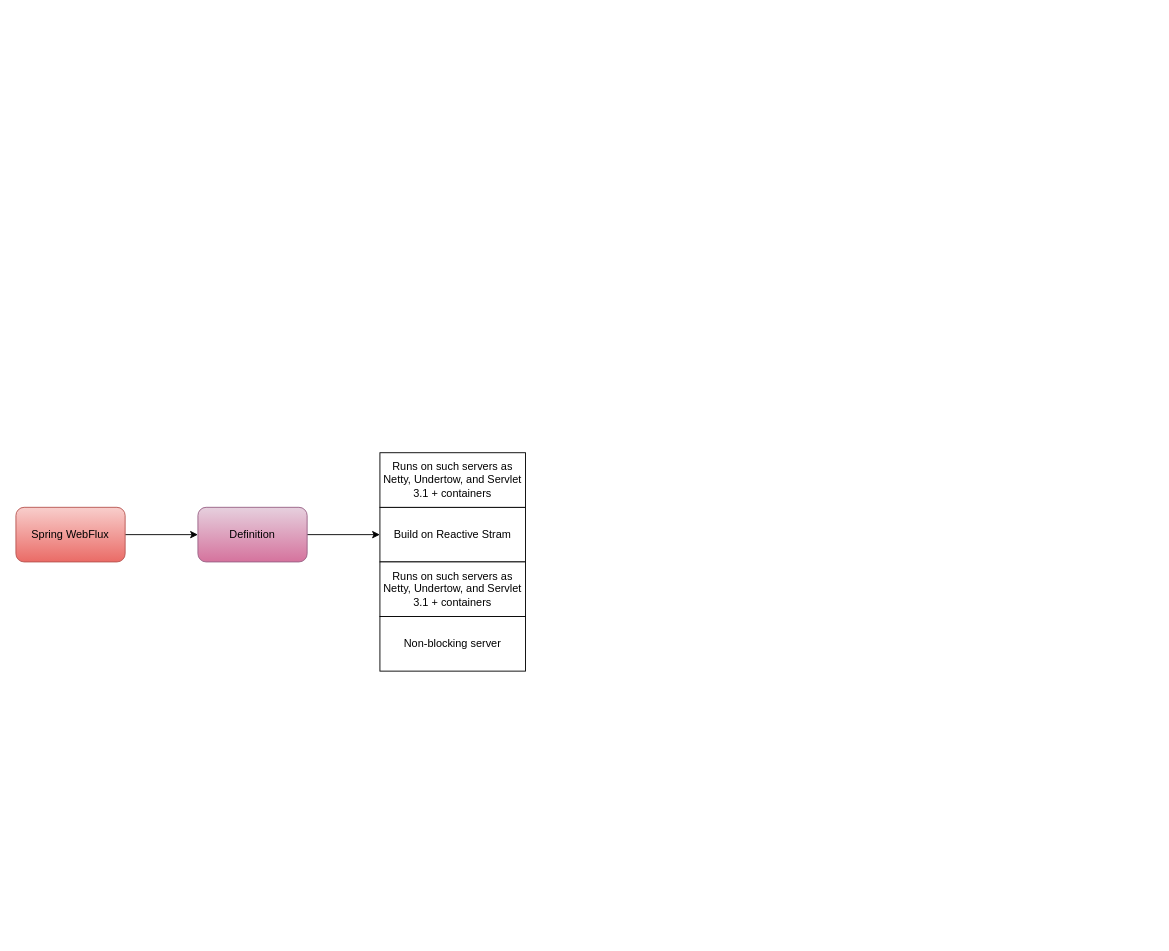
hoanglechanhtu/SpringTutorial keeps this draw.io diagram as spring_web_react.drawio. Above is the earlier version. Source tidied: cells renumbered, new cells numbered last; positions are measured from the earlier drawing's top-left corner, leaving out a move shared by most shapes. Both pictures are drawn from the tidied source at 91%, with x=0, y=0 at pixel (15, 452).
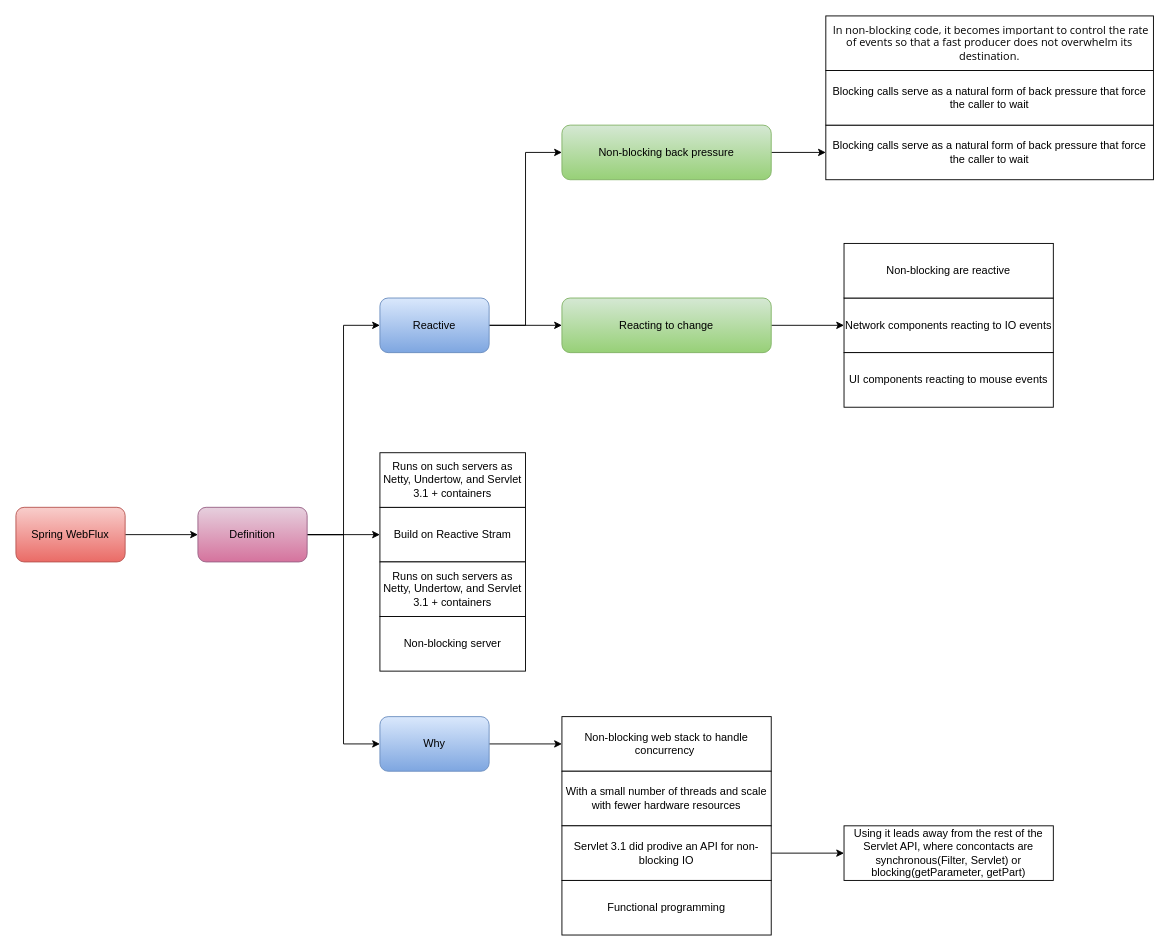
The same page after the edit.

The change refers to these unchanged cells:
```xml
<mxCell id="5" value="Definition" style="rounded=1;whiteSpace=wrap;html=1;gradientColor=#d5739d;fillColor=#e6d0de;strokeColor=#996185;" parent="1" vertex="1">
  <mxGeometry x="200" y="60" width="120" height="60" as="geometry" />
</mxCell>
```

Change to the diagram source:
```diff
@@
+    <mxCell id="10" style="edgeStyle=orthogonalEdgeStyle;rounded=0;jettySize=auto;html=1;entryX=0;entryY=0.5;entryDx=0;entryDy=0;" parent="1" edge="1" source="5" target="13">
+      <mxGeometry relative="1" as="geometry" />
+    </mxCell>
+    <mxCell id="11" style="edgeStyle=orthogonalEdgeStyle;rounded=0;jettySize=auto;html=1;entryX=0;entryY=0.5;entryDx=0;entryDy=0;" parent="1" edge="1" source="5" target="22">
+      <mxGeometry relative="1" as="geometry" />
+    </mxCell>
@@
+    <mxCell id="12" style="edgeStyle=orthogonalEdgeStyle;rounded=0;jettySize=auto;html=1;" parent="1" edge="1" source="13" target="14">
+      <mxGeometry relative="1" as="geometry" />
+    </mxCell>
+    <mxCell id="13" value="Why" style="rounded=1;whiteSpace=wrap;html=1;gradientColor=#7ea6e0;fillColor=#dae8fc;strokeColor=#6c8ebf;" parent="1" vertex="1">
+      <mxGeometry x="400" y="290" width="120" height="60" as="geometry" />
+    </mxCell>
+    <mxCell id="14" value="Non-blocking web stack to handle concurrency&amp;nbsp;" style="rounded=0;whiteSpace=wrap;html=1;" parent="1" vertex="1">
+      <mxGeometry x="600" y="290" width="230" height="60" as="geometry" />
+    </mxCell>
+    <mxCell id="15" value="With a small number of threads and scale with fewer hardware resources" style="rounded=0;whiteSpace=wrap;html=1;" parent="1" vertex="1">
+      <mxGeometry x="600" y="350" width="230" height="60" as="geometry" />
+    </mxCell>
+    <mxCell id="16" style="edgeStyle=orthogonalEdgeStyle;rounded=0;jettySize=auto;html=1;" parent="1" edge="1" source="17" target="18">
+      <mxGeometry relative="1" as="geometry" />
+    </mxCell>
+    <mxCell id="17" value="Servlet 3.1 did prodive an API for non-blocking IO" style="rounded=0;whiteSpace=wrap;html=1;" parent="1" vertex="1">
+      <mxGeometry x="600" y="410" width="230" height="60" as="geometry" />
+    </mxCell>
+    <mxCell id="18" value="Using it leads away from the rest of the Servlet API, where concontacts are synchronous(Filter, Servlet) or blocking(getParameter, getPart)" style="rounded=0;whiteSpace=wrap;html=1;" parent="1" vertex="1">
+      <mxGeometry x="910" y="410" width="230" height="60" as="geometry" />
+    </mxCell>
+    <mxCell id="19" value="Functional programming" style="rounded=0;whiteSpace=wrap;html=1;" parent="1" vertex="1">
+      <mxGeometry x="600" y="470" width="230" height="60" as="geometry" />
+    </mxCell>
+    <mxCell id="20" style="edgeStyle=orthogonalEdgeStyle;rounded=0;jettySize=auto;html=1;" parent="1" edge="1" source="22" target="24">
+      <mxGeometry relative="1" as="geometry" />
+    </mxCell>
+    <mxCell id="21" style="edgeStyle=orthogonalEdgeStyle;rounded=0;jettySize=auto;html=1;entryX=0;entryY=0.5;entryDx=0;entryDy=0;" parent="1" edge="1" source="22" target="29">
+      <mxGeometry relative="1" as="geometry" />
+    </mxCell>
+    <mxCell id="22" value="Reactive" style="rounded=1;whiteSpace=wrap;html=1;gradientColor=#7ea6e0;fillColor=#dae8fc;strokeColor=#6c8ebf;" parent="1" vertex="1">
+      <mxGeometry x="400" y="-170" width="120" height="60" as="geometry" />
+    </mxCell>
+    <mxCell id="23" style="edgeStyle=orthogonalEdgeStyle;rounded=0;jettySize=auto;html=1;" parent="1" edge="1" source="24" target="25">
+      <mxGeometry relative="1" as="geometry" />
+    </mxCell>
+    <mxCell id="24" value="Reacting to change" style="rounded=1;whiteSpace=wrap;html=1;gradientColor=#97d077;fillColor=#d5e8d4;strokeColor=#82b366;" parent="1" vertex="1">
+      <mxGeometry x="600" y="-170" width="230" height="60" as="geometry" />
+    </mxCell>
+    <mxCell id="25" value="Network components reacting to IO events" style="rounded=0;whiteSpace=wrap;html=1;" parent="1" vertex="1">
+      <mxGeometry x="910" y="-170" width="230" height="60" as="geometry" />
+    </mxCell>
+    <mxCell id="26" value="UI components reacting to mouse events" style="rounded=0;whiteSpace=wrap;html=1;" parent="1" vertex="1">
+      <mxGeometry x="910" y="-110" width="230" height="60" as="geometry" />
+    </mxCell>
+    <mxCell id="27" value="Non-blocking are reactive" style="rounded=0;whiteSpace=wrap;html=1;" parent="1" vertex="1">
+      <mxGeometry x="910" y="-230" width="230" height="60" as="geometry" />
+    </mxCell>
+    <mxCell id="28" style="edgeStyle=orthogonalEdgeStyle;rounded=0;jettySize=auto;html=1;" parent="1" edge="1" source="29" target="30">
+      <mxGeometry relative="1" as="geometry" />
+    </mxCell>
+    <mxCell id="29" value="Non-blocking back pressure" style="rounded=1;whiteSpace=wrap;html=1;gradientColor=#97d077;fillColor=#d5e8d4;strokeColor=#82b366;" parent="1" vertex="1">
+      <mxGeometry x="600" y="-360" width="230" height="60" as="geometry" />
+    </mxCell>
+    <mxCell id="30" value="Blocking calls serve as a natural form of back pressure that force the caller to wait" style="rounded=0;whiteSpace=wrap;html=1;" parent="1" vertex="1">
+      <mxGeometry x="890" y="-360" width="360" height="60" as="geometry" />
+    </mxCell>
+    <mxCell id="31" value="Blocking calls serve as a natural form of back pressure that force the caller to wait" style="rounded=0;whiteSpace=wrap;html=1;" parent="1" vertex="1">
+      <mxGeometry x="890" y="-420" width="360" height="60" as="geometry" />
+    </mxCell>
+    <mxCell id="32" value="&lt;span style=&quot;color: rgb(0 , 0 , 0) ; font-family: &amp;#34;open sans&amp;#34; , sans-serif ; font-style: normal ; font-weight: 400 ; letter-spacing: normal ; text-indent: 0px ; text-transform: none ; word-spacing: 0px ; background-color: rgb(255 , 255 , 255) ; display: inline ; float: none&quot;&gt;&lt;span&gt;&amp;nbsp;&lt;/span&gt;In non-blocking code, it becomes important to control the rate of events so that a fast producer does not overwhelm its destination.&lt;/span&gt;" style="rounded=0;whiteSpace=wrap;html=1;" parent="1" vertex="1">
+      <mxGeometry x="890" y="-480" width="360" height="60" as="geometry" />
+    </mxCell>
```
